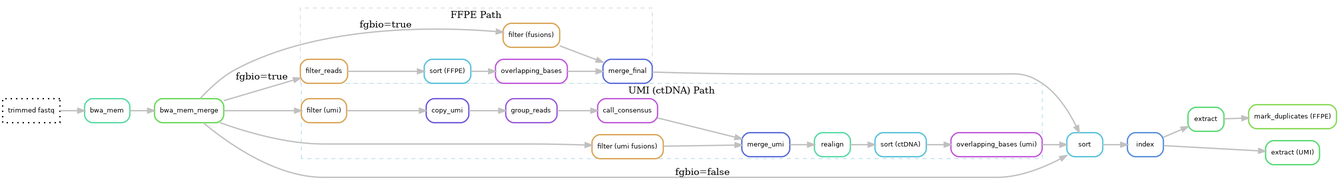
Above: docs/images/alignment.png in genomic-medicine-sweden/Twist_Solid (Graphviz), before the change. Its source is kept beside it as docs/images/alignment.dot.
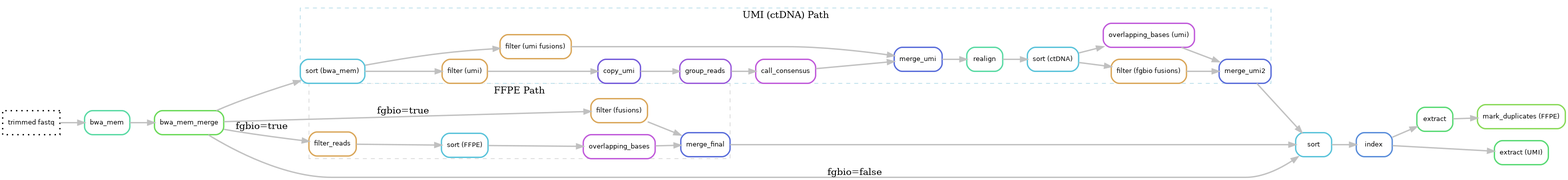
Later version of the same file.

What changed in the source:
```diff
@@ -36,6 +36,8 @@
 
         f2[label = "filter (umi)", color = "0.1 0.6 0.85", style="rounded"];
         f2f[label = "filter (umi fusions)", color = "0.1 0.6 0.85", style="rounded"];
+        f2fu[label = "filter (fgbio fusions)", color = "0.1 0.6 0.85", style="rounded"];
+        s0[label = "sort (bwa_mem)", color = "0.53 0.6 0.85", style="rounded"];
         20[label = "copy_umi", color = "0.70 0.6 0.85", style="rounded"];
         21[label = "group_reads", color = "0.75 0.6 0.85", style="rounded"];
         22[label = "call_consensus", color = "0.80 0.6 0.85", style="rounded"];
@@ -43,7 +45,10 @@
         re[label = "realign", color = "0.43 0.6 0.85", style="rounded"];
         s2[label = "sort (ctDNA)", color = "0.53 0.6 0.85", style="rounded"];
         o2[label = "overlapping_bases (umi)", color = "0.80 0.6 0.85", style="rounded"];
+        m3[label = "merge_umi2", color = "0.64 0.6 0.85", style="rounded"];
 
+        s0 -> f2
+        s0 -> f2f
         f2 -> 20
         20 -> 21
         21 -> 22
@@ -52,20 +57,22 @@
         m2 -> re
         re -> s2
         s2 -> o2
+        s2 -> f2fu
+        o2 -> m3
+        f2fu -> m3
     }
 
     4 -> f1 [label="fgbio=true"]
     4 -> f1f [label="fgbio=true"]
     4 -> 3 [label="fgbio=false"]
 
-    4 -> f2
-    4 -> f2f
+    4 -> s0
 
     3[label = "sort", color = "0.53 0.6 0.85", style="rounded"];
     7[label = "index", color = "0.60 0.6 0.85", style="rounded"];
 
     m1 -> 3
-    o2 -> 3
+    m3 -> 3
     3 -> 7
 
     ex1[label = "extract", color = "0.37 0.6 0.85", style="rounded"];
```
